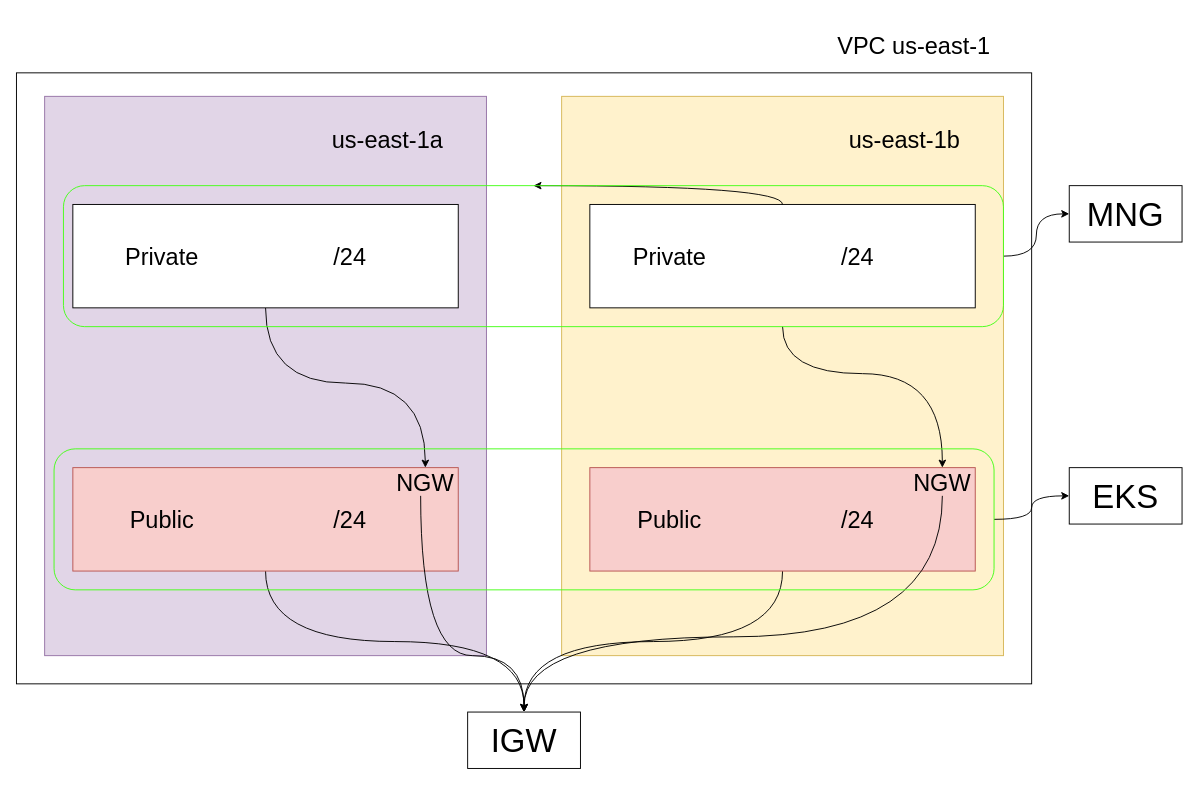
The draw.io diagram arquitetura-projeto.drawio in szottt/aws-terraform, before the edit. Source tidied: cells renumbered, new cells numbered last; positions are measured from the earlier drawing's top-left corner, leaving out a move shared by most shapes. Both pictures are drawn from the tidied source at 94%, with x=0, y=0 at pixel (16, 16).
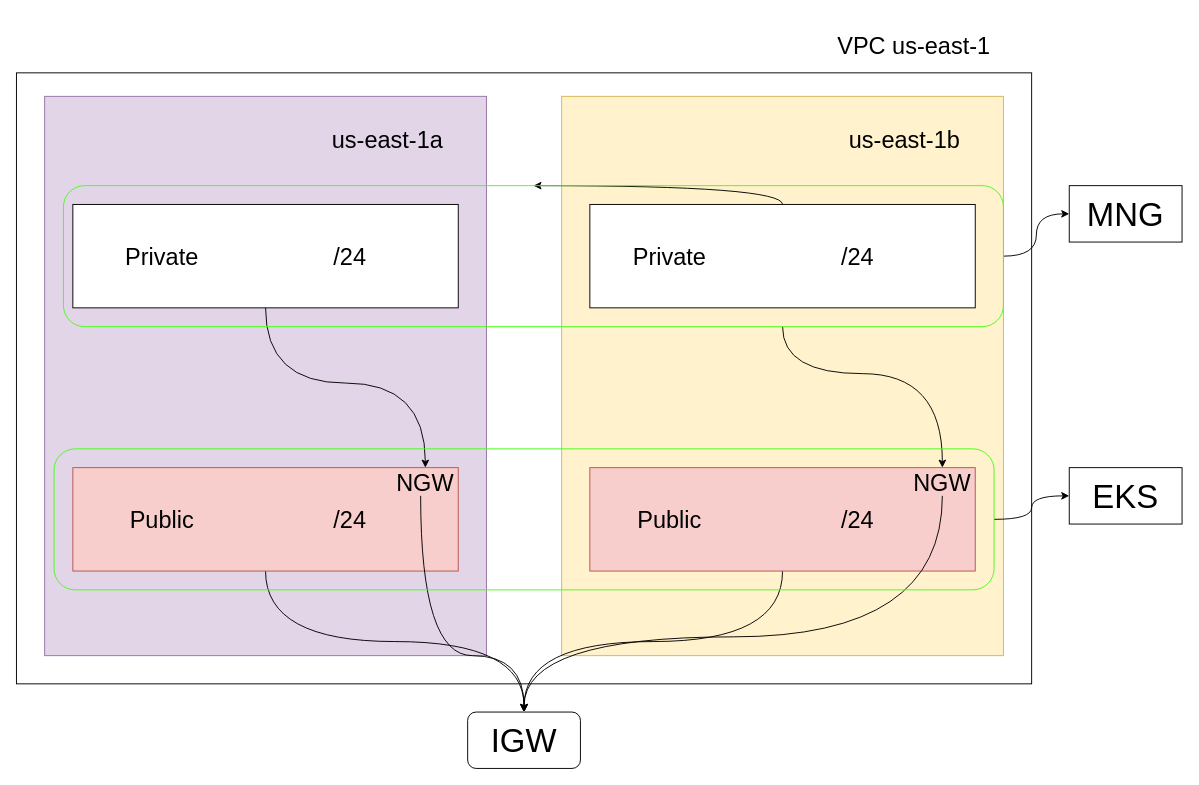
After the change.

Diff of the diagram source:
```diff
@@
-    <mxCell id="33" value="&lt;font style=&quot;font-size: 35px;&quot;&gt;IGW&lt;/font&gt;" style="rounded=0;whiteSpace=wrap;html=1;fontFamily=Helvetica;fontSize=11;fontColor=default;labelBackgroundColor=default;" parent="1" vertex="1">
+    <mxCell id="33" value="&lt;font style=&quot;font-size: 35px;&quot;&gt;IGW&lt;/font&gt;" style="rounded=1;whiteSpace=wrap;html=1;fontFamily=Helvetica;fontSize=11;fontColor=default;labelBackgroundColor=default;glass=0;shadow=0;" parent="1" vertex="1">
       <mxGeometry x="480" y="740" width="120" height="60" as="geometry" />
     </mxCell>
```
